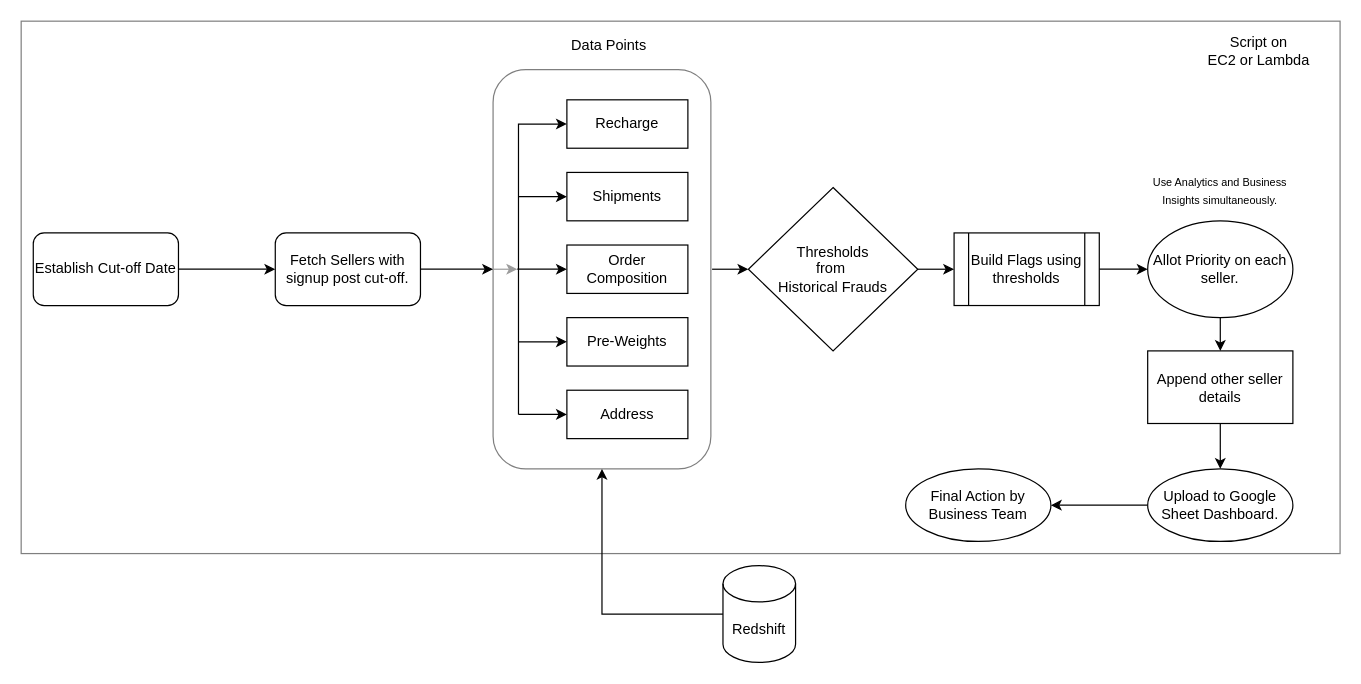
rocket-yg/charts keeps this draw.io diagram as SellerFraud-HLD.drawio. Above is the earlier version. Source tidied: cells renumbered, new cells numbered last; positions are measured from the earlier drawing's top-left corner, leaving out a move shared by most shapes. Both pictures are drawn from the tidied source at 121%, with x=0, y=0 at pixel (21, 21).
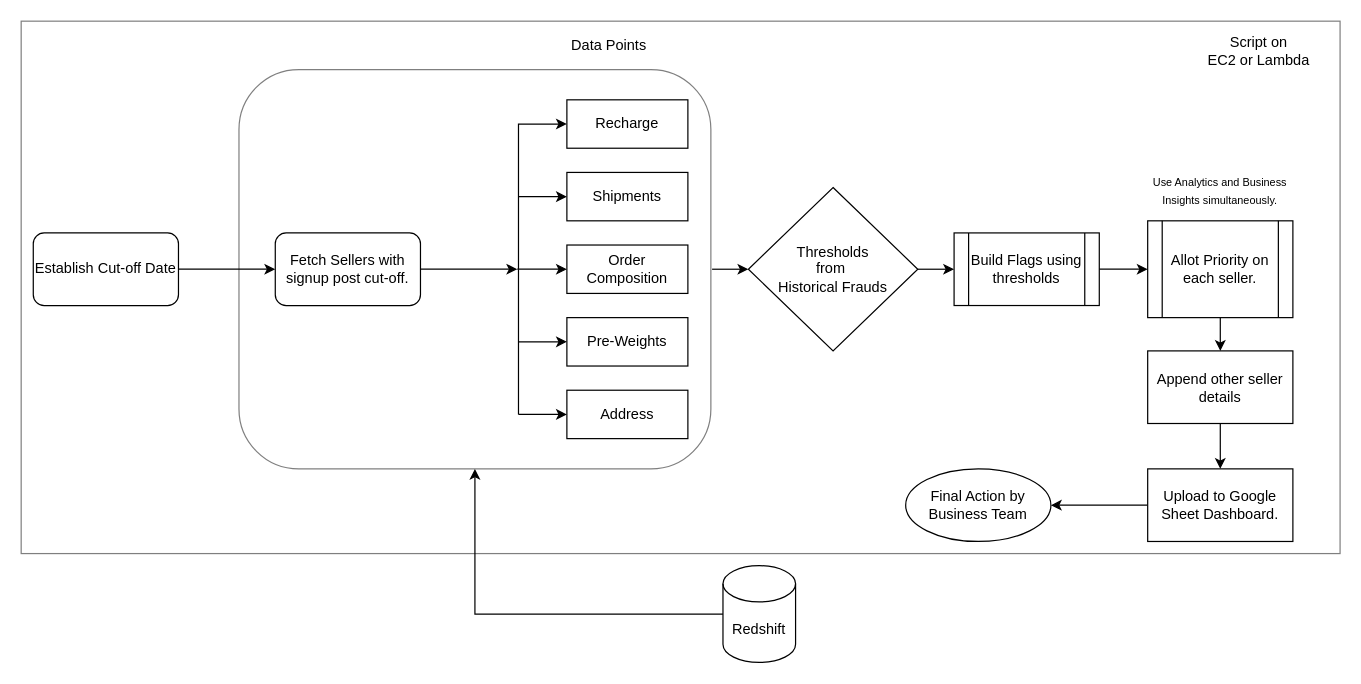
The same page after the edit.

Unchanged cells that the change refers to:
```xml
<mxCell id="7" value="Fetch Sellers with signup post cut-off." style="whiteSpace=wrap;html=1;rounded=1;" parent="1" vertex="1">
  <mxGeometry x="210" y="175" width="120" height="60" as="geometry" />
</mxCell>
```

Change to the diagram source:
```diff
@@
     <mxCell id="3" style="rounded=1;whiteSpace=wrap;html=1;opacity=50;" parent="1" vertex="1">
-      <mxGeometry x="390" y="40" width="180" height="330" as="geometry" />
+      <mxGeometry x="180" y="40" width="390" height="330" as="geometry" />
     </mxCell>
@@
     <mxCell id="6" style="edgeStyle=orthogonalEdgeStyle;rounded=0;jettySize=auto;html=1;" parent="1" edge="1" source="7">
       <mxGeometry relative="1" as="geometry">
-        <mxPoint x="390" y="205" as="targetPoint" />
+        <mxPoint x="410" y="205" as="targetPoint" />
       </mxGeometry>
     </mxCell>
@@
-    <mxCell id="26" value="Allot Priority on each seller." style="ellipse;whiteSpace=wrap;html=1;" parent="1" vertex="1">
+    <mxCell id="26" value="Allot Priority on each seller." style="shape=process;whiteSpace=wrap;html=1;backgroundOutline=1;" parent="1" vertex="1">
       <mxGeometry x="931" y="165" width="120" height="80" as="geometry" />
     </mxCell>
@@
-    <mxCell id="30" style="endArrow=classic;html=1;rounded=0;exitX=0;exitY=0.5;exitDx=0;exitDy=0;strokeColor=#9C9C9C;" parent="1" edge="1" source="3">
-      <mxGeometry relative="1" as="geometry">
-        <mxPoint x="410" y="205" as="targetPoint" />
-      </mxGeometry>
-    </mxCell>
@@
-    <mxCell id="34" value="Upload to Google Sheet Dashboard." style="ellipse;whiteSpace=wrap;html=1;" parent="1" vertex="1">
+    <mxCell id="34" value="Upload to Google Sheet Dashboard." style="rectangle;whiteSpace=wrap;html=1;" parent="1" vertex="1">
       <mxGeometry x="931" y="370" width="120" height="60" as="geometry" />
     </mxCell>
```
